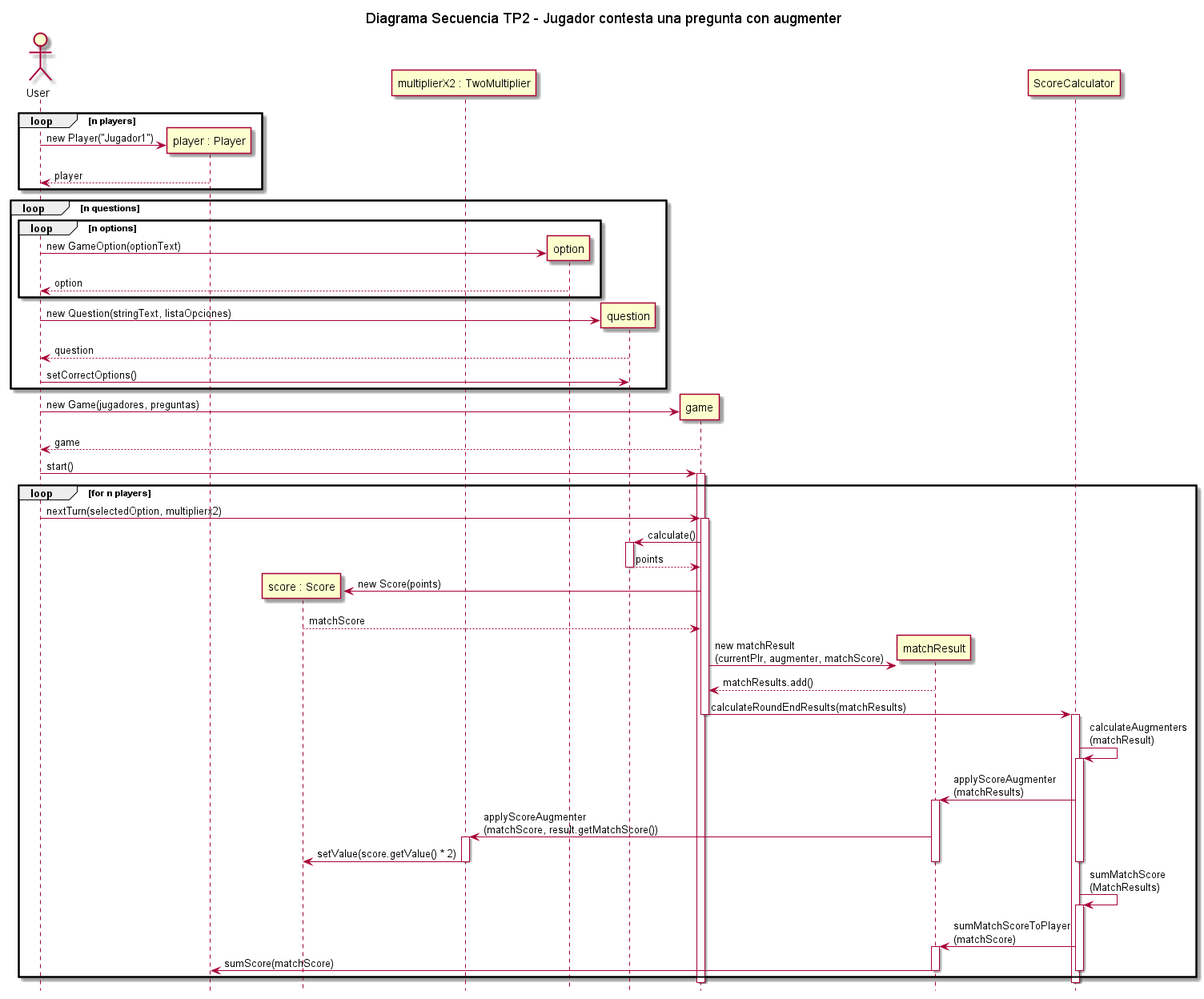
Earlier version of the PlantUML export docs/out/DiagramaSecuencia-ConestarPreguntaconAugmenter/Diagrama Secuencia TP2 - Jugador contesta una pregunta con augmenter.png (GEscandar/TP2-Kahoot). Its diagram source:
```plantuml
@startuml

actor User
title Diagrama Secuencia TP2 - Jugador contesta una pregunta con augmenter
hide footbox

participant "player : Player" as player
participant "score : Score" as score
participant "multiplierX2 : TwoMultiplier" as multiplierx2

loop n players
User -> player ** : new Player("Jugador1")
player --> User : player
end loop

loop n questions
loop n options
User -> option ** : new GameOption(optionText)
option --> User : option
end loop
User -> question ** : new Question(stringText, listaOpciones)
question --> User : question
User -> question : setCorrectOptions()
end loop

User -> game ** : new Game(jugadores, preguntas)
game --> User : game
User -> game : start()
activate game

loop for n players
User -> game : nextTurn(selectedOption, multiplierx2)
activate game

game -> question : calculate()
activate question
question --> game : points
deactivate question

game -> score** : new Score(points)
score --> game : matchScore

game -> matchResult** : new matchResult\n(currentPlr, augmenter, matchScore)
matchResult --> game : matchResults.add()

game -> ScoreCalculator : calculateRoundEndResults(matchResults)
deactivate game
activate ScoreCalculator
ScoreCalculator -> ScoreCalculator : calculateAugmenters\n(matchResult)
activate ScoreCalculator
ScoreCalculator -> matchResult : applyScoreAugmenter\n(matchResults)
activate matchResult
matchResult -> multiplierx2 : applyScoreAugmenter\n(matchScore, result.getMatchScore())
activate multiplierx2
multiplierx2 -> score : setValue(score.getValue() * 2)
deactivate multiplierx2
deactivate matchResult
deactivate ScoreCalculator
ScoreCalculator -> ScoreCalculator : sumMatchScore\n(MatchResults)
activate ScoreCalculator
ScoreCalculator -> matchResult : sumMatchScoreToPlayer\n(matchScore)
activate matchResult
matchResult -> player : sumScore(matchScore)
deactivate matchResult
deactivate ScoreCalculator
end loop
deactivate ScoreCalculator
deactivate game

@enduml
```
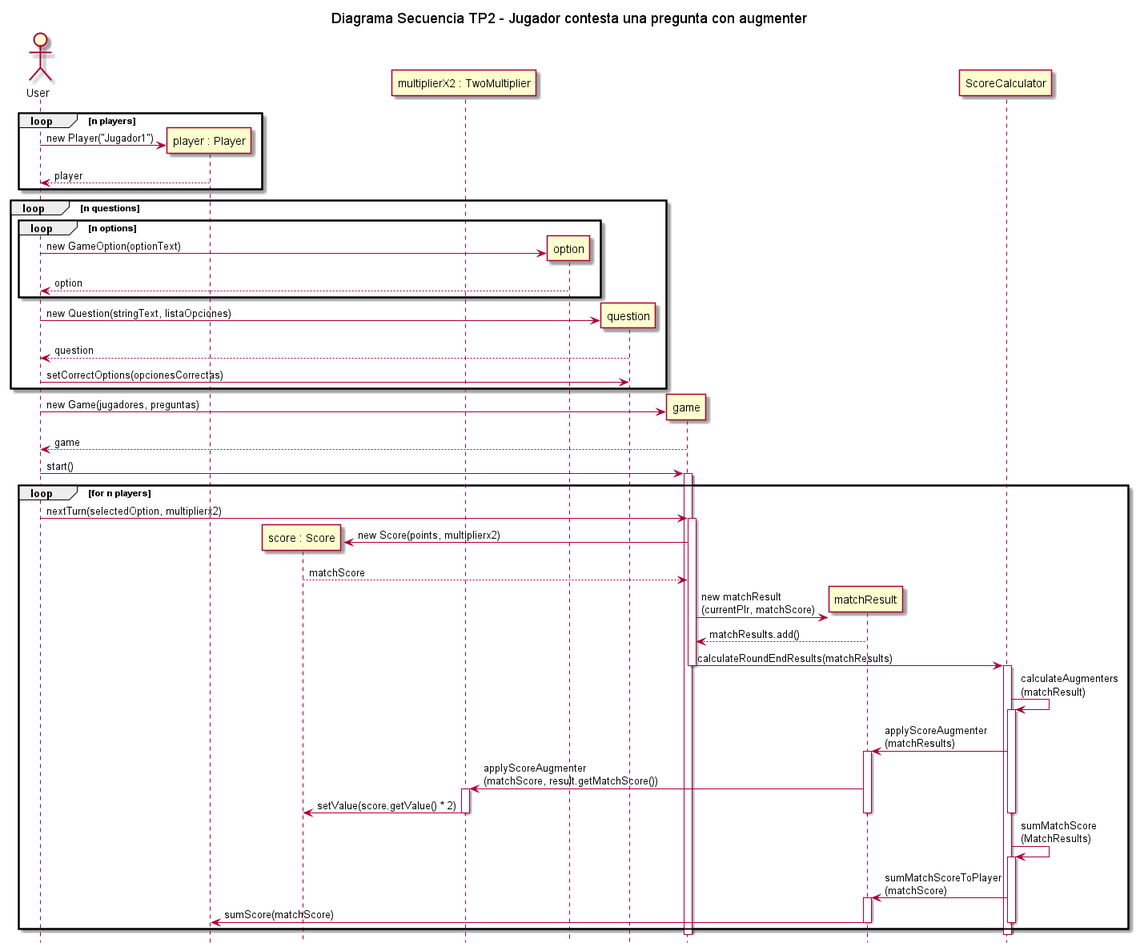
Above is the later version.

The edit, as a diff of the source:
```diff
@@ -20,7 +20,7 @@
 end loop
 User -> question ** : new Question(stringText, listaOpciones)
 question --> User : question
-User -> question : setCorrectOptions()
+User -> question : setCorrectOptions(opcionesCorrectas)
 end loop
 
 User -> game ** : new Game(jugadores, preguntas)
@@ -32,15 +32,10 @@
 User -> game : nextTurn(selectedOption, multiplierx2)
 activate game
 
-game -> question : calculate()
-activate question
-question --> game : points
-deactivate question
-
-game -> score** : new Score(points)
+game -> score** : new Score(points, multiplierx2)
 score --> game : matchScore
 
-game -> matchResult** : new matchResult\n(currentPlr, augmenter, matchScore)
+game -> matchResult** : new matchResult\n(currentPlr, matchScore)
 matchResult --> game : matchResults.add()
 
 game -> ScoreCalculator : calculateRoundEndResults(matchResults)
```
